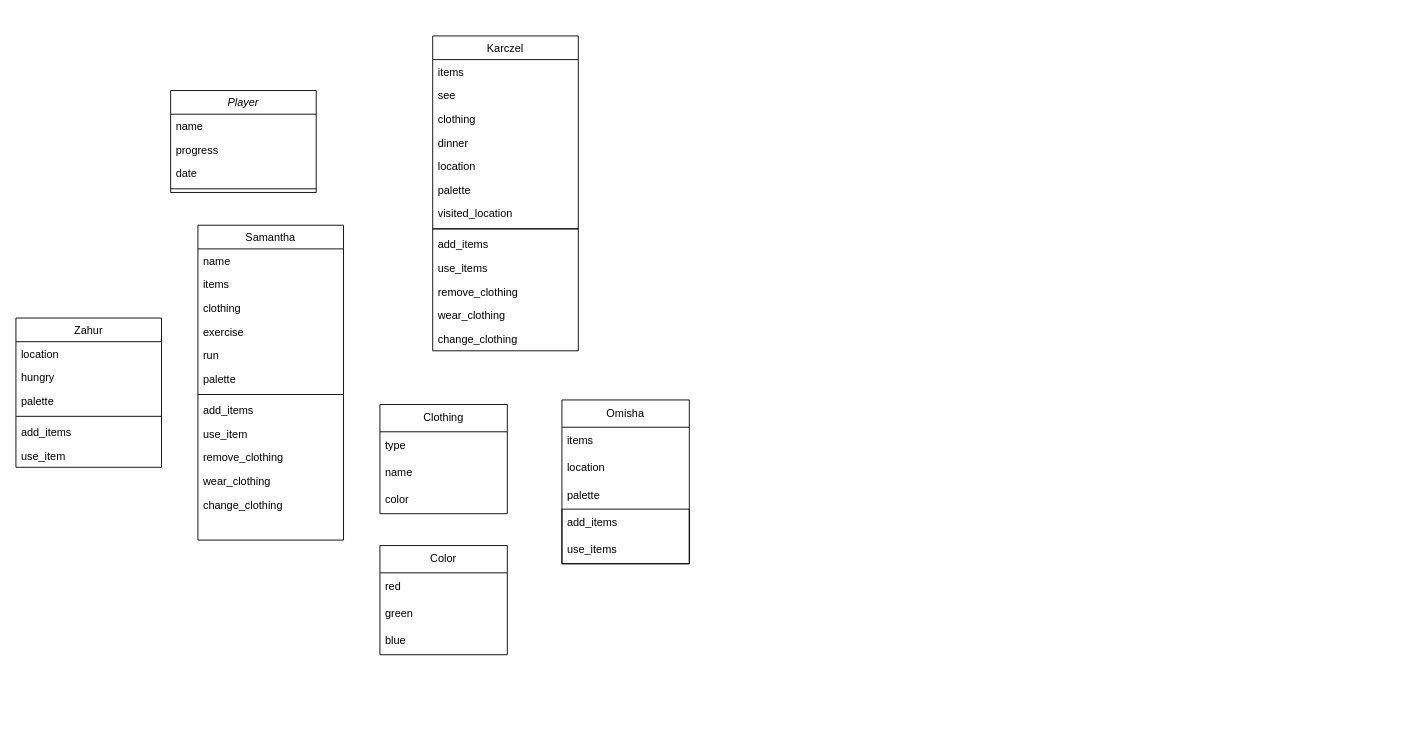
Earlier version of the draw.io diagram Classes/Classes flowchart.drawio (Karczel/Daily-life-of-Samantha). Source tidied: cells renumbered, new cells numbered last; positions are measured from the earlier drawing's top-left corner, leaving out a move shared by most shapes. Both pictures are drawn from the tidied source at 91%, with x=0, y=0 at pixel (15, 35).
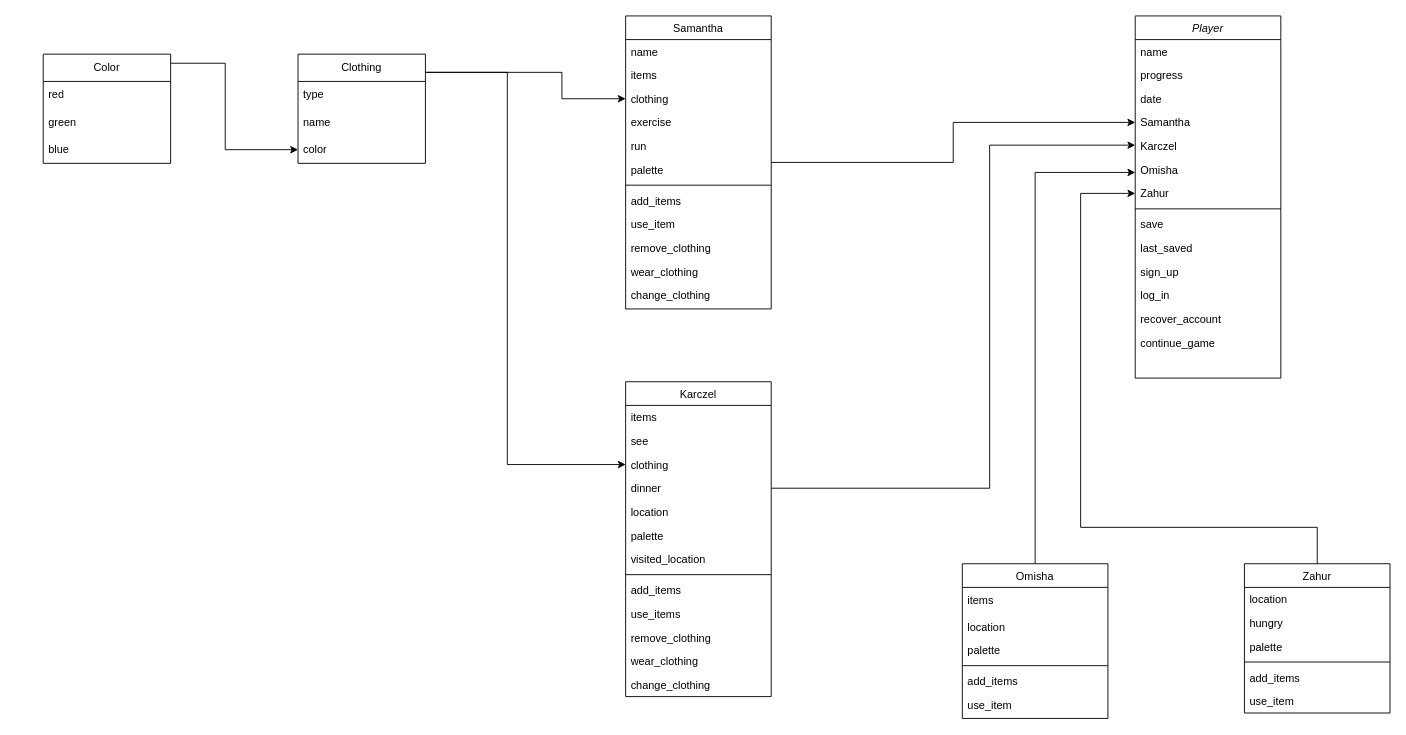
The same diagram, later.

The change refers to these unchanged cells:
```xml
<mxCell id="17" value="clothing" style="text;align=left;verticalAlign=top;spacingLeft=4;spacingRight=4;overflow=hidden;points=[[0,0.5],[1,0.5]];portConstraint=eastwest;" parent="14" vertex="1">
  <mxGeometry y="78" width="160" height="26" as="geometry" />
</mxCell>
<mxCell id="30" value="clothing" style="text;align=left;verticalAlign=top;spacingLeft=4;spacingRight=4;overflow=hidden;points=[[0,0.5],[1,0.5]];portConstraint=eastwest;rounded=0;shadow=0;html=0;" parent="27" vertex="1">
  <mxGeometry y="78" width="160" height="26" as="geometry" />
</mxCell>
<mxCell id="31" value="dinner" style="text;align=left;verticalAlign=top;spacingLeft=4;spacingRight=4;overflow=hidden;points=[[0,0.5],[1,0.5]];portConstraint=eastwest;rounded=0;shadow=0;html=0;" parent="27" vertex="1">
  <mxGeometry y="104" width="160" height="26" as="geometry" />
</mxCell>
<mxCell id="44" value="color" style="text;strokeColor=none;fillColor=none;align=left;verticalAlign=middle;spacingLeft=4;spacingRight=4;overflow=hidden;points=[[0,0.5],[1,0.5]];portConstraint=eastwest;whiteSpace=wrap;html=1;" parent="41" vertex="1">
  <mxGeometry y="90" width="140" height="30" as="geometry" />
</mxCell>
```

Diff of the diagram source:
```diff
@@
     <mxCell id="2" value="Player" style="swimlane;fontStyle=2;align=center;verticalAlign=top;horizontal=1;startSize=26;rounded=0;shadow=0;strokeWidth=1;" parent="1" vertex="1">
-      <mxGeometry x="170" y="60" width="160" height="112" as="geometry" />
+      <mxGeometry x="1230" y="-22" width="160" height="398" as="geometry" />
     </mxCell>
@@
+    <mxCell id="57" value="Samantha" style="text;align=left;verticalAlign=top;spacingLeft=4;spacingRight=4;overflow=hidden;points=[[0,0.5],[1,0.5]];portConstraint=eastwest;rounded=0;shadow=0;html=0;" parent="2" vertex="1">
+      <mxGeometry y="104" width="160" height="26" as="geometry" />
+    </mxCell>
+    <mxCell id="58" value="Karczel" style="text;align=left;verticalAlign=top;spacingLeft=4;spacingRight=4;overflow=hidden;points=[[0,0.5],[1,0.5]];portConstraint=eastwest;rounded=0;shadow=0;html=0;" parent="2" vertex="1">
+      <mxGeometry y="130" width="160" height="26" as="geometry" />
+    </mxCell>
+    <mxCell id="59" value="Omisha" style="text;align=left;verticalAlign=top;spacingLeft=4;spacingRight=4;overflow=hidden;points=[[0,0.5],[1,0.5]];portConstraint=eastwest;rounded=0;shadow=0;html=0;" parent="2" vertex="1">
+      <mxGeometry y="156" width="160" height="26" as="geometry" />
+    </mxCell>
+    <mxCell id="60" value="Zahur" style="text;align=left;verticalAlign=top;spacingLeft=4;spacingRight=4;overflow=hidden;points=[[0,0.5],[1,0.5]];portConstraint=eastwest;rounded=0;shadow=0;html=0;" parent="2" vertex="1">
+      <mxGeometry y="182" width="160" height="26" as="geometry" />
+    </mxCell>
     <mxCell id="6" style="line;html=1;strokeWidth=1;align=left;verticalAlign=middle;spacingTop=-1;spacingLeft=3;spacingRight=3;labelPosition=right;" parent="2" vertex="1">
-      <mxGeometry y="104" width="160" height="8" as="geometry" />
+      <mxGeometry y="208" width="160" height="8" as="geometry" />
     </mxCell>
+    <mxCell id="61" value="save" style="text;align=left;verticalAlign=top;spacingLeft=4;spacingRight=4;overflow=hidden;rounded=0;shadow=0;html=0;" parent="2" vertex="1">
+      <mxGeometry y="216" width="160" height="26" as="geometry" />
+    </mxCell>
+    <mxCell id="62" value="last_saved" style="text;align=left;verticalAlign=top;spacingLeft=4;spacingRight=4;overflow=hidden;rounded=0;shadow=0;html=0;" parent="2" vertex="1">
+      <mxGeometry y="242" width="160" height="26" as="geometry" />
+    </mxCell>
+    <mxCell id="63" value="sign_up" style="text;align=left;verticalAlign=top;spacingLeft=4;spacingRight=4;overflow=hidden;rounded=0;shadow=0;html=0;" parent="2" vertex="1">
+      <mxGeometry y="268" width="160" height="26" as="geometry" />
+    </mxCell>
+    <mxCell id="64" value="log_in" style="text;align=left;verticalAlign=top;spacingLeft=4;spacingRight=4;overflow=hidden;rounded=0;shadow=0;html=0;" parent="2" vertex="1">
+      <mxGeometry y="294" width="160" height="26" as="geometry" />
+    </mxCell>
+    <mxCell id="65" value="recover_account" style="text;align=left;verticalAlign=top;spacingLeft=4;spacingRight=4;overflow=hidden;rounded=0;shadow=0;html=0;" parent="2" vertex="1">
+      <mxGeometry y="320" width="160" height="26" as="geometry" />
+    </mxCell>
+    <mxCell id="66" value="continue_game" style="text;align=left;verticalAlign=top;spacingLeft=4;spacingRight=4;overflow=hidden;rounded=0;shadow=0;html=0;" parent="2" vertex="1">
+      <mxGeometry y="346" width="160" height="26" as="geometry" />
+    </mxCell>
     <mxCell id="7" value="Zahur" style="swimlane;fontStyle=0;align=center;verticalAlign=top;horizontal=1;startSize=26;rounded=0;shadow=0;strokeWidth=1;" parent="1" vertex="1">
-      <mxGeometry y="310" width="160" height="164" as="geometry" />
+      <mxGeometry x="1350" y="580" width="160" height="164" as="geometry" />
     </mxCell>
@@
+    <mxCell id="67" style="edgeStyle=orthogonalEdgeStyle;rounded=0;jettySize=auto;html=1;" parent="1" edge="1" source="14" target="57">
+      <mxGeometry relative="1" as="geometry">
+        <Array as="points">
+          <mxPoint x="1030" y="139" />
+          <mxPoint x="1030" y="95" />
+        </Array>
+      </mxGeometry>
+    </mxCell>
     <mxCell id="14" value="Samantha" style="swimlane;fontStyle=0;align=center;verticalAlign=top;horizontal=1;startSize=26;rounded=0;shadow=0;strokeWidth=1;" parent="1" vertex="1">
-      <mxGeometry x="200" y="208" width="160" height="346" as="geometry" />
+      <mxGeometry x="670" y="-22" width="160" height="322" as="geometry" />
     </mxCell>
@@
     <mxCell id="27" value="Karczel" style="swimlane;fontStyle=0;align=center;verticalAlign=top;horizontal=1;startSize=26;rounded=0;shadow=0;strokeWidth=1;" parent="1" vertex="1">
-      <mxGeometry x="458" width="160" height="346" as="geometry" />
+      <mxGeometry x="670" y="380" width="160" height="346" as="geometry" />
     </mxCell>
@@
+    <mxCell id="68" style="edgeStyle=orthogonalEdgeStyle;rounded=0;jettySize=auto;html=1;" parent="1" edge="1" source="41" target="17">
+      <mxGeometry relative="1" as="geometry">
+        <Array as="points">
+          <mxPoint x="600" y="40" />
+          <mxPoint x="600" y="69" />
+        </Array>
+      </mxGeometry>
+    </mxCell>
+    <mxCell id="69" style="edgeStyle=orthogonalEdgeStyle;rounded=0;jettySize=auto;html=1;" parent="1" edge="1" source="41" target="30">
+      <mxGeometry relative="1" as="geometry">
+        <Array as="points">
+          <mxPoint x="540" y="40" />
+          <mxPoint x="540" y="471" />
+        </Array>
+      </mxGeometry>
+    </mxCell>
     <mxCell id="41" value="Clothing" style="swimlane;fontStyle=0;horizontal=1;startSize=30;whiteSpace=wrap;html=1;" parent="1" vertex="1">
-      <mxGeometry x="400" y="405" width="140" height="120" as="geometry" />
+      <mxGeometry x="310" y="20" width="140" height="120" as="geometry" />
     </mxCell>
@@
-    <mxCell id="45" value="Omisha" style="swimlane;fontStyle=0;horizontal=1;startSize=30;whiteSpace=wrap;html=1;" parent="1" vertex="1">
-      <mxGeometry x="600" y="400" width="140" height="180" as="geometry" />
-    </mxCell>
-    <mxCell id="46" value="items" style="text;strokeColor=none;fillColor=none;align=left;verticalAlign=middle;spacingLeft=4;spacingRight=4;overflow=hidden;whiteSpace=wrap;html=1;" parent="45" vertex="1">
-      <mxGeometry y="30" width="140" height="30" as="geometry" />
-    </mxCell>
-    <mxCell id="47" value="location" style="text;strokeColor=none;fillColor=none;align=left;verticalAlign=middle;spacingLeft=4;spacingRight=4;overflow=hidden;whiteSpace=wrap;html=1;" parent="45" vertex="1">
-      <mxGeometry y="60" width="140" height="30" as="geometry" />
-    </mxCell>
-    <mxCell id="48" value="palette" style="text;strokeColor=none;fillColor=none;align=left;verticalAlign=middle;spacingLeft=4;spacingRight=4;overflow=hidden;whiteSpace=wrap;html=1;" parent="45" vertex="1">
-      <mxGeometry y="90" width="140" height="30" as="geometry" />
-    </mxCell>
-    <mxCell id="49" style="swimlane;startSize=0;labelBackgroundColor=#FFFFFF;strokeColor=default;strokeWidth=1;fontSize=1;fontColor=#33001A;fillColor=default;" parent="45" vertex="1">
-      <mxGeometry y="120" width="140" height="60" as="geometry" />
-    </mxCell>
-    <mxCell id="50" value="add_items" style="text;strokeColor=none;fillColor=none;align=left;verticalAlign=middle;spacingLeft=4;spacingRight=4;overflow=hidden;whiteSpace=wrap;html=1;" parent="49" vertex="1">
-      <mxGeometry width="140" height="30" as="geometry" />
-    </mxCell>
-    <mxCell id="51" value="use_items" style="text;strokeColor=none;fillColor=none;align=left;verticalAlign=middle;spacingLeft=4;spacingRight=4;overflow=hidden;whiteSpace=wrap;html=1;" parent="49" vertex="1">
-      <mxGeometry y="30" width="140" height="30" as="geometry" />
-    </mxCell>
+    <mxCell id="70" style="edgeStyle=orthogonalEdgeStyle;rounded=0;jettySize=auto;html=1;" parent="1" edge="1" source="52" target="44">
+      <mxGeometry relative="1" as="geometry">
+        <Array as="points">
+          <mxPoint x="230" y="30" />
+          <mxPoint x="230" y="125" />
+        </Array>
+      </mxGeometry>
+    </mxCell>
     <mxCell id="52" value="Color" style="swimlane;fontStyle=0;horizontal=1;startSize=30;whiteSpace=wrap;html=1;" parent="1" vertex="1">
-      <mxGeometry x="400" y="560" width="140" height="120" as="geometry" />
+      <mxGeometry x="30" y="20" width="140" height="120" as="geometry" />
     </mxCell>
@@
-    <mxCell id="56" style="line;html=1;strokeWidth=1;align=left;verticalAlign=middle;spacingTop=-1;spacingLeft=3;spacingRight=3;labelPosition=right;" parent="1" vertex="1">
-      <mxGeometry x="458" y="208" width="160" height="8" as="geometry" />
-    </mxCell>
+    <mxCell id="71" style="edgeStyle=orthogonalEdgeStyle;rounded=0;jettySize=auto;html=1;" parent="1" edge="1" source="72" target="59">
+      <mxGeometry relative="1" as="geometry">
+        <Array as="points">
+          <mxPoint x="1120" y="150" />
+        </Array>
+      </mxGeometry>
+    </mxCell>
+    <mxCell id="72" value="Omisha" style="swimlane;fontStyle=0;align=center;verticalAlign=top;horizontal=1;startSize=26;rounded=0;shadow=0;strokeWidth=1;" parent="1" vertex="1">
+      <mxGeometry x="1040" y="580" width="160" height="170" as="geometry" />
+    </mxCell>
+    <mxCell id="46" value="items" style="text;strokeColor=none;fillColor=none;align=left;verticalAlign=middle;spacingLeft=4;spacingRight=4;overflow=hidden;whiteSpace=wrap;html=1;" parent="72" vertex="1">
+      <mxGeometry y="26" width="160" height="30" as="geometry" />
+    </mxCell>
+    <mxCell id="47" value="location" style="text;align=left;verticalAlign=top;spacingLeft=4;spacingRight=4;overflow=hidden;" parent="72" vertex="1">
+      <mxGeometry y="56" width="160" height="26" as="geometry" />
+    </mxCell>
+    <mxCell id="48" value="palette" style="text;align=left;verticalAlign=top;spacingLeft=4;spacingRight=4;overflow=hidden;rounded=0;shadow=0;html=0;" parent="72" vertex="1">
+      <mxGeometry y="82" width="160" height="26" as="geometry" />
+    </mxCell>
+    <mxCell id="73" style="line;html=1;strokeWidth=1;align=left;verticalAlign=middle;spacingTop=-1;spacingLeft=3;spacingRight=3;labelPosition=right;" parent="72" vertex="1">
+      <mxGeometry y="108" width="160" height="8" as="geometry" />
+    </mxCell>
+    <mxCell id="50" value="add_items" style="text;align=left;verticalAlign=top;spacingLeft=4;spacingRight=4;overflow=hidden;" parent="72" vertex="1">
+      <mxGeometry y="116" width="160" height="26" as="geometry" />
+    </mxCell>
+    <mxCell id="74" value="use_item" style="text;align=left;verticalAlign=top;spacingLeft=4;spacingRight=4;overflow=hidden;" parent="72" vertex="1">
+      <mxGeometry y="142" width="160" height="26" as="geometry" />
+    </mxCell>
+    <mxCell id="75" style="edgeStyle=orthogonalEdgeStyle;rounded=0;jettySize=auto;html=1;" parent="1" edge="1" source="31" target="58">
+      <mxGeometry relative="1" as="geometry">
+        <Array as="points">
+          <mxPoint x="1070" y="497" />
+          <mxPoint x="1070" y="120" />
+        </Array>
+      </mxGeometry>
+    </mxCell>
+    <mxCell id="76" style="edgeStyle=orthogonalEdgeStyle;rounded=0;jettySize=auto;html=1;" parent="1" edge="1" source="7" target="60">
+      <mxGeometry relative="1" as="geometry">
+        <Array as="points">
+          <mxPoint x="1430" y="540" />
+          <mxPoint x="1170" y="540" />
+          <mxPoint x="1170" y="173" />
+        </Array>
+      </mxGeometry>
+    </mxCell>
```
